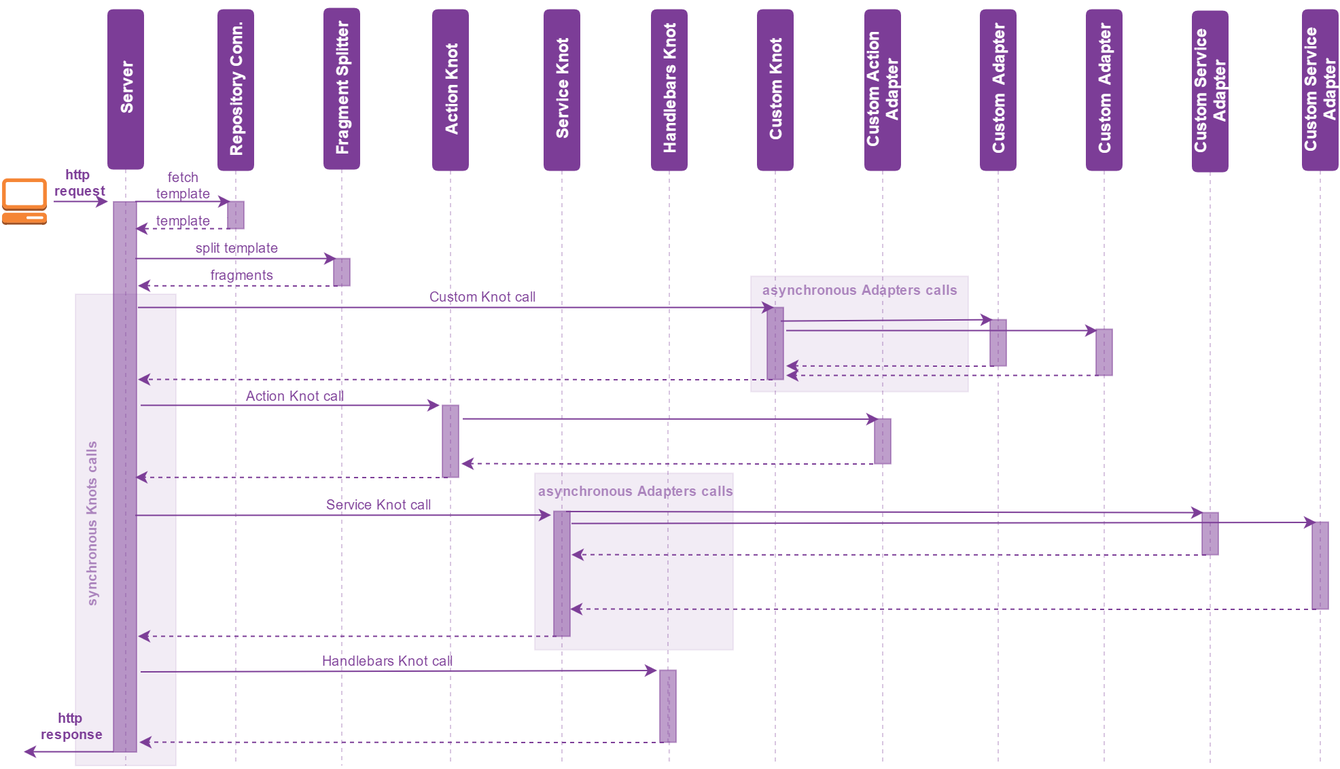
Above: documentation/src/main/wiki/assets/knotx-modules-advanced-request-flow.png in Knotx/knotx (draw.io), before the change. Source tidied: cells renumbered, new cells last; positions are measured from the earlier drawing's top-left corner, leaving out a move shared by most shapes.
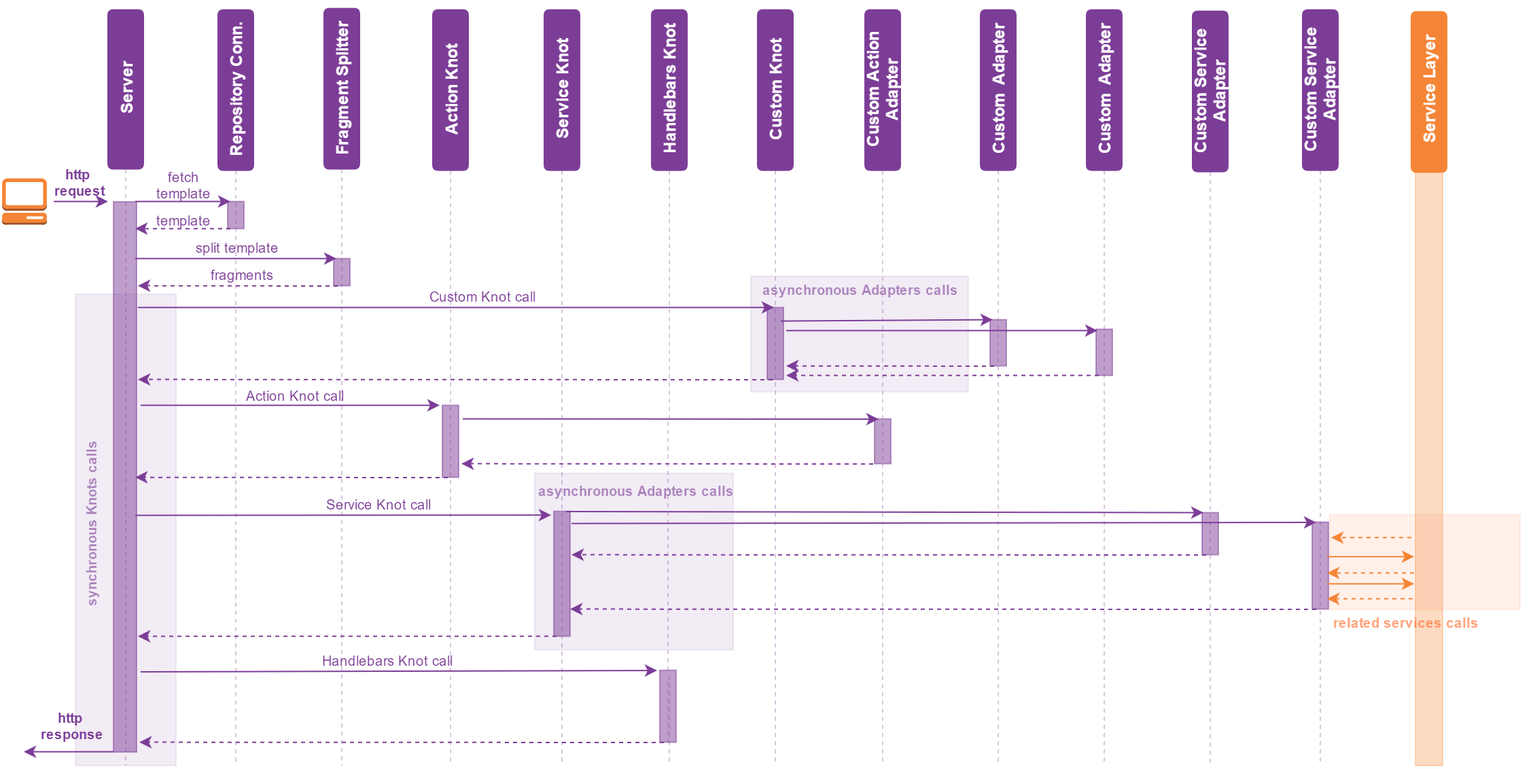
After the commit.

Commit message:
Fixing service layer in advanced request flow diagram.

The edit, as a diff of the source:
```diff
@@ -354,5 +354,47 @@
     <mxCell id="86" value="Handlebars Knot call" style="text;html=1;strokeColor=none;fillColor=none;align=center;verticalAlign=middle;whiteSpace=wrap;rounded=0;labelBackgroundColor=none;fontColor=#7C3D97;fontSize=10;" parent="1" vertex="1">
       <mxGeometry x="233" y="469.8" width="110" height="20" as="geometry" />
     </mxCell>
+    <mxCell id="87" style="whiteSpace=wrap;html=1;rounded=0;labelBackgroundColor=none;strokeColor=#FF6724;fillColor=#FF6724;fontSize=10;fontColor=#7C3D97;align=left;opacity=10;" parent="1" vertex="1">
+      <mxGeometry x="984" y="372.2" width="140" height="70" as="geometry" />
+    </mxCell>
+    <mxCell id="88" value="&lt;div style=&quot;text-align: center&quot;&gt;Service Layer&lt;/div&gt;" style="rounded=1;whiteSpace=wrap;html=1;align=center;fontStyle=1;fillColor=#F58536;strokeColor=#F58536;fontColor=#FFFFFF;horizontal=0;" parent="1" vertex="1">
+      <mxGeometry x="1044" y="2.2" width="26" height="118" as="geometry" />
+    </mxCell>
+    <mxCell id="89" style="whiteSpace=wrap;html=1;rounded=0;labelBackgroundColor=none;strokeColor=#F58536;fillColor=#F58536;fontSize=10;fontColor=#7C3D97;align=left;opacity=30;" parent="1" vertex="1">
+      <mxGeometry x="1047" y="117" width="20" height="440" as="geometry" />
+    </mxCell>
+    <mxCell id="90" style="endArrow=classic;html=1;shadow=0;labelBackgroundColor=none;strokeColor=#F58536;strokeWidth=1;fontFamily=Helvetica;fontSize=10;fontColor=#7C3D97;align=left;dashed=1;" parent="1" edge="1">
+      <mxGeometry x="941" y="6825.2" as="geometry">
+        <mxPoint x="1044" y="389.2" as="sourcePoint" />
+        <mxPoint x="985" y="389.2" as="targetPoint" />
+      </mxGeometry>
+    </mxCell>
+    <mxCell id="91" style="endArrow=classic;html=1;shadow=0;labelBackgroundColor=none;strokeColor=#F58536;strokeWidth=1;fontFamily=Helvetica;fontSize=10;fontColor=#7C3D97;align=left;dashed=1;" parent="1" edge="1">
+      <mxGeometry x="1021" y="6851.2" as="geometry">
+        <mxPoint x="1046" y="415.2" as="sourcePoint" />
+        <mxPoint x="982" y="415.2" as="targetPoint" />
+      </mxGeometry>
+    </mxCell>
+    <mxCell id="92" style="endArrow=classic;html=1;shadow=0;labelBackgroundColor=none;strokeColor=#F58536;strokeWidth=1;fontFamily=Helvetica;fontSize=10;fontColor=#7C3D97;align=left;dashed=1;" parent="1" edge="1">
+      <mxGeometry x="1021" y="6870.2" as="geometry">
+        <mxPoint x="1045" y="434.2" as="sourcePoint" />
+        <mxPoint x="982" y="434.2" as="targetPoint" />
+      </mxGeometry>
+    </mxCell>
+    <mxCell id="93" style="endArrow=classic;html=1;shadow=0;labelBackgroundColor=none;strokeColor=#F58536;strokeWidth=1;fontFamily=Helvetica;fontSize=10;fontColor=#7C3D97;align=left;" parent="1" edge="1">
+      <mxGeometry x="1031" y="6906.2" as="geometry">
+        <mxPoint x="982" y="423.2" as="sourcePoint" />
+        <mxPoint x="1046" y="423.2" as="targetPoint" />
+      </mxGeometry>
+    </mxCell>
+    <mxCell id="94" style="endArrow=classic;html=1;shadow=0;labelBackgroundColor=none;strokeColor=#F58536;strokeWidth=1;fontFamily=Helvetica;fontSize=10;fontColor=#7C3D97;align=left;" parent="1" edge="1">
+      <mxGeometry x="1031" y="6886.2" as="geometry">
+        <mxPoint x="982" y="403.2" as="sourcePoint" />
+        <mxPoint x="1046" y="403.2" as="targetPoint" />
+      </mxGeometry>
+    </mxCell>
+    <mxCell id="95" value="related services calls" style="text;html=1;strokeColor=none;fillColor=none;align=center;verticalAlign=middle;whiteSpace=wrap;rounded=0;labelBackgroundColor=none;fontSize=10;fontColor=#FF6724;fontStyle=1;direction=east;rotation=0;textOpacity=60;" parent="1" vertex="1">
+      <mxGeometry x="941" y="442.2" width="191" height="20" as="geometry" />
+    </mxCell>
   </root>
 </mxGraphModel>
```
